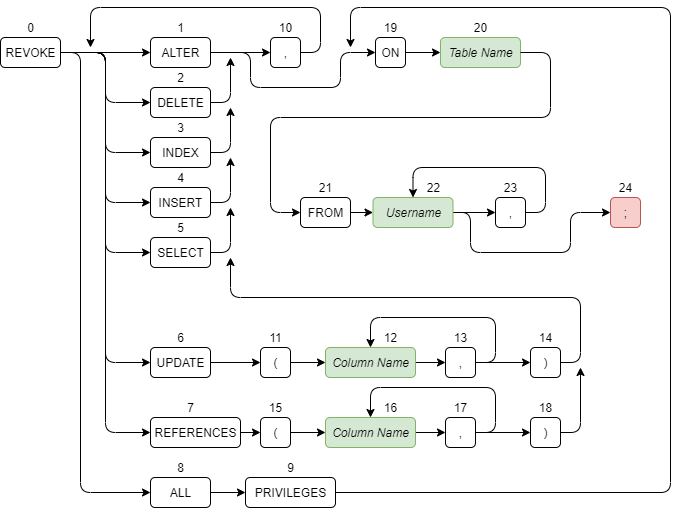
This is out/production/Masters Project/files/images/helpscreen/RevokeDiagram.png from DeliciousWaffle/MastersProject, a draw.io export, as it was before one commit. Source tidied: cells renumbered, new cells last; positions are measured from the earlier drawing's top-left corner, leaving out a move shared by most shapes.
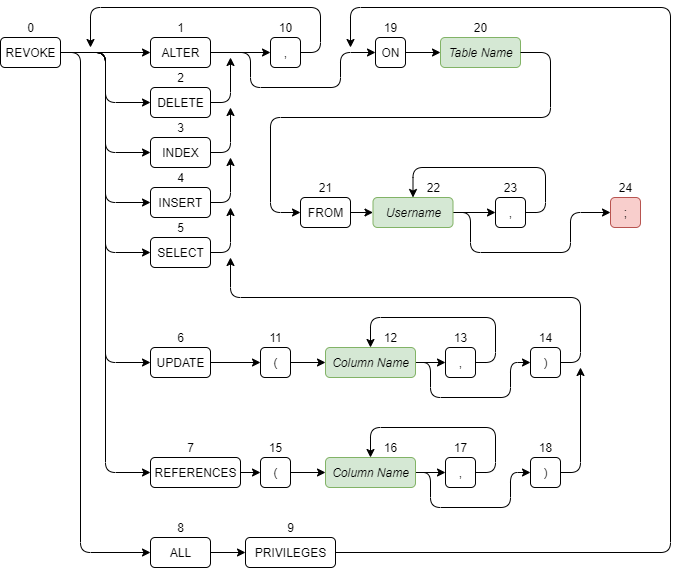
Later version of the same file.

What changed in the source:
```diff
@@ -26,7 +26,7 @@
       <mxGeometry relative="1" as="geometry">
         <Array as="points">
           <mxPoint x="80" y="45" />
-          <mxPoint x="80" y="485" />
+          <mxPoint x="80" y="545" />
         </Array>
       </mxGeometry>
     </mxCell>
@@ -151,44 +151,44 @@
       <mxGeometry relative="1" as="geometry" />
     </mxCell>
     <mxCell id="40" value="REFERENCES" style="html=1;rounded=1;" parent="1" vertex="1">
-      <mxGeometry x="150" y="410" width="90" height="30" as="geometry" />
+      <mxGeometry x="150" y="450" width="90" height="30" as="geometry" />
     </mxCell>
     <mxCell id="41" value="7" style="text;html=1;align=center;verticalAlign=middle;rounded=1;" parent="1" vertex="1">
-      <mxGeometry x="180" y="390" width="20" height="20" as="geometry" />
+      <mxGeometry x="180" y="430" width="20" height="20" as="geometry" />
     </mxCell>
     <mxCell id="42" style="edgeStyle=orthogonalEdgeStyle;jettySize=auto;html=1;exitX=1;exitY=0.5;exitDx=0;exitDy=0;entryX=0;entryY=0.5;entryDx=0;entryDy=0;" parent="1" edge="1" source="43" target="46">
       <mxGeometry relative="1" as="geometry" />
     </mxCell>
     <mxCell id="43" value="ALL" style="html=1;rounded=1;" parent="1" vertex="1">
-      <mxGeometry x="150" y="470" width="60" height="30" as="geometry" />
+      <mxGeometry x="150" y="530" width="60" height="30" as="geometry" />
     </mxCell>
     <mxCell id="44" value="8" style="text;html=1;align=center;verticalAlign=middle;rounded=1;" parent="1" vertex="1">
-      <mxGeometry x="170" y="450" width="20" height="20" as="geometry" />
+      <mxGeometry x="170" y="510" width="20" height="20" as="geometry" />
     </mxCell>
     <mxCell id="45" style="edgeStyle=orthogonalEdgeStyle;jettySize=auto;html=1;exitX=1;exitY=0.5;exitDx=0;exitDy=0;" parent="1" edge="1" source="46">
       <mxGeometry relative="1" as="geometry">
         <mxPoint x="350" y="40" as="targetPoint" />
         <Array as="points">
-          <mxPoint x="670" y="485" />
+          <mxPoint x="670" y="545" />
           <mxPoint x="670" />
           <mxPoint x="350" />
         </Array>
       </mxGeometry>
     </mxCell>
     <mxCell id="46" value="PRIVILEGES" style="html=1;rounded=1;" parent="1" vertex="1">
-      <mxGeometry x="245" y="470" width="90" height="30" as="geometry" />
+      <mxGeometry x="245" y="530" width="90" height="30" as="geometry" />
     </mxCell>
     <mxCell id="47" value="9" style="text;html=1;align=center;verticalAlign=middle;rounded=1;" parent="1" vertex="1">
-      <mxGeometry x="280" y="450" width="20" height="20" as="geometry" />
+      <mxGeometry x="280" y="510" width="20" height="20" as="geometry" />
     </mxCell>
     <mxCell id="48" style="edgeStyle=orthogonalEdgeStyle;jettySize=auto;html=1;exitX=1;exitY=0.5;exitDx=0;exitDy=0;entryX=0;entryY=0.5;entryDx=0;entryDy=0;" parent="1" edge="1" source="49" target="66">
       <mxGeometry relative="1" as="geometry" />
     </mxCell>
     <mxCell id="49" value="(" style="html=1;rounded=1;" parent="1" vertex="1">
-      <mxGeometry x="260" y="410" width="30" height="30" as="geometry" />
+      <mxGeometry x="260" y="450" width="30" height="30" as="geometry" />
     </mxCell>
     <mxCell id="50" value="15" style="text;html=1;align=center;verticalAlign=middle;rounded=1;" parent="1" vertex="1">
-      <mxGeometry x="260" y="390" width="30" height="20" as="geometry" />
+      <mxGeometry x="260" y="430" width="30" height="20" as="geometry" />
     </mxCell>
     <mxCell id="51" style="edgeStyle=orthogonalEdgeStyle;jettySize=auto;html=1;exitX=1;exitY=0.5;exitDx=0;exitDy=0;entryX=0;entryY=0.5;entryDx=0;entryDy=0;" parent="1" edge="1" source="52" target="63">
       <mxGeometry relative="1" as="geometry" />
@@ -202,20 +202,17 @@
     <mxCell id="54" style="edgeStyle=orthogonalEdgeStyle;jettySize=auto;html=1;exitX=1;exitY=0.5;exitDx=0;exitDy=0;entryX=0.5;entryY=0;entryDx=0;entryDy=0;" parent="1" edge="1" source="56" target="66">
       <mxGeometry relative="1" as="geometry">
         <Array as="points">
-          <mxPoint x="495" y="425" />
-          <mxPoint x="495" y="380" />
-          <mxPoint x="370" y="380" />
+          <mxPoint x="495" y="465" />
+          <mxPoint x="495" y="420" />
+          <mxPoint x="370" y="420" />
         </Array>
       </mxGeometry>
     </mxCell>
-    <mxCell id="55" style="edgeStyle=orthogonalEdgeStyle;jettySize=auto;html=1;exitX=1;exitY=0.5;exitDx=0;exitDy=0;" parent="1" edge="1" source="56" target="72">
-      <mxGeometry relative="1" as="geometry" />
-    </mxCell>
     <mxCell id="56" value="," style="html=1;rounded=1;" parent="1" vertex="1">
-      <mxGeometry x="445" y="410" width="30" height="30" as="geometry" />
+      <mxGeometry x="445" y="450" width="30" height="30" as="geometry" />
     </mxCell>
     <mxCell id="57" value="17" style="text;html=1;align=center;verticalAlign=middle;rounded=1;" parent="1" vertex="1">
-      <mxGeometry x="445" y="390" width="30" height="20" as="geometry" />
+      <mxGeometry x="445" y="430" width="30" height="20" as="geometry" />
     </mxCell>
     <mxCell id="58" style="edgeStyle=orthogonalEdgeStyle;jettySize=auto;html=1;exitX=1;exitY=0.5;exitDx=0;exitDy=0;entryX=0.5;entryY=0;entryDx=0;entryDy=0;" parent="1" edge="1" source="60" target="63">
       <mxGeometry relative="1" as="geometry">
@@ -226,9 +223,6 @@
         </Array>
       </mxGeometry>
     </mxCell>
-    <mxCell id="59" style="edgeStyle=orthogonalEdgeStyle;jettySize=auto;html=1;exitX=1;exitY=0.5;exitDx=0;exitDy=0;" parent="1" edge="1" source="60" target="69">
-      <mxGeometry relative="1" as="geometry" />
-    </mxCell>
     <mxCell id="60" value="," style="html=1;rounded=1;" parent="1" vertex="1">
       <mxGeometry x="445" y="340" width="30" height="30" as="geometry" />
     </mxCell>
@@ -238,6 +232,16 @@
     <mxCell id="62" style="edgeStyle=orthogonalEdgeStyle;jettySize=auto;html=1;exitX=1;exitY=0.5;exitDx=0;exitDy=0;entryX=0;entryY=0.5;entryDx=0;entryDy=0;" parent="1" edge="1" source="63" target="60">
       <mxGeometry relative="1" as="geometry" />
     </mxCell>
+    <mxCell id="87" style="edgeStyle=orthogonalEdgeStyle;rounded=1;jettySize=auto;html=1;exitX=1;exitY=0.5;exitDx=0;exitDy=0;entryX=0;entryY=0.5;entryDx=0;entryDy=0;" parent="1" edge="1" source="63" target="69">
+      <mxGeometry relative="1" as="geometry">
+        <Array as="points">
+          <mxPoint x="430" y="355" />
+          <mxPoint x="430" y="390" />
+          <mxPoint x="510" y="390" />
+          <mxPoint x="510" y="355" />
+        </Array>
+      </mxGeometry>
+    </mxCell>
     <mxCell id="63" value="&lt;i&gt;Column Name&lt;/i&gt;" style="html=1;fillColor=#d5e8d4;strokeColor=#82b366;rounded=1;" parent="1" vertex="1">
       <mxGeometry x="325" y="340" width="90" height="30" as="geometry" />
     </mxCell>
@@ -247,11 +251,21 @@
     <mxCell id="65" style="edgeStyle=orthogonalEdgeStyle;jettySize=auto;html=1;exitX=1;exitY=0.5;exitDx=0;exitDy=0;entryX=0;entryY=0.5;entryDx=0;entryDy=0;" parent="1" edge="1" source="66" target="56">
       <mxGeometry relative="1" as="geometry" />
     </mxCell>
+    <mxCell id="88" style="edgeStyle=orthogonalEdgeStyle;rounded=1;jettySize=auto;html=1;exitX=1;exitY=0.5;exitDx=0;exitDy=0;entryX=0;entryY=0.5;entryDx=0;entryDy=0;" parent="1" edge="1" source="66" target="72">
+      <mxGeometry relative="1" as="geometry">
+        <Array as="points">
+          <mxPoint x="430" y="465" />
+          <mxPoint x="430" y="500" />
+          <mxPoint x="510" y="500" />
+          <mxPoint x="510" y="465" />
+        </Array>
+      </mxGeometry>
+    </mxCell>
     <mxCell id="66" value="&lt;i&gt;Column Name&lt;/i&gt;" style="html=1;fillColor=#d5e8d4;strokeColor=#82b366;rounded=1;" parent="1" vertex="1">
-      <mxGeometry x="325" y="410" width="90" height="30" as="geometry" />
+      <mxGeometry x="325" y="450" width="90" height="30" as="geometry" />
     </mxCell>
     <mxCell id="67" value="16" style="text;html=1;align=center;verticalAlign=middle;rounded=1;" parent="1" vertex="1">
-      <mxGeometry x="375" y="390" width="30" height="20" as="geometry" />
+      <mxGeometry x="375" y="430" width="30" height="20" as="geometry" />
     </mxCell>
     <mxCell id="68" style="edgeStyle=orthogonalEdgeStyle;rounded=1;jettySize=auto;html=1;exitX=1;exitY=0.5;exitDx=0;exitDy=0;" parent="1" edge="1" source="69">
       <mxGeometry relative="1" as="geometry">
@@ -275,10 +289,10 @@
       </mxGeometry>
     </mxCell>
     <mxCell id="72" value=")" style="html=1;rounded=1;" parent="1" vertex="1">
-      <mxGeometry x="530" y="410" width="30" height="30" as="geometry" />
+      <mxGeometry x="530" y="450" width="30" height="30" as="geometry" />
     </mxCell>
     <mxCell id="73" value="18" style="text;html=1;align=center;verticalAlign=middle;rounded=1;" parent="1" vertex="1">
-      <mxGeometry x="530" y="390" width="30" height="20" as="geometry" />
+      <mxGeometry x="530" y="430" width="30" height="20" as="geometry" />
     </mxCell>
     <mxCell id="74" style="edgeStyle=orthogonalEdgeStyle;jettySize=auto;html=1;exitX=1;exitY=0.5;exitDx=0;exitDy=0;entryX=0;entryY=0.5;entryDx=0;entryDy=0;" parent="1" edge="1" source="76" target="82">
       <mxGeometry relative="1" as="geometry" />
```
